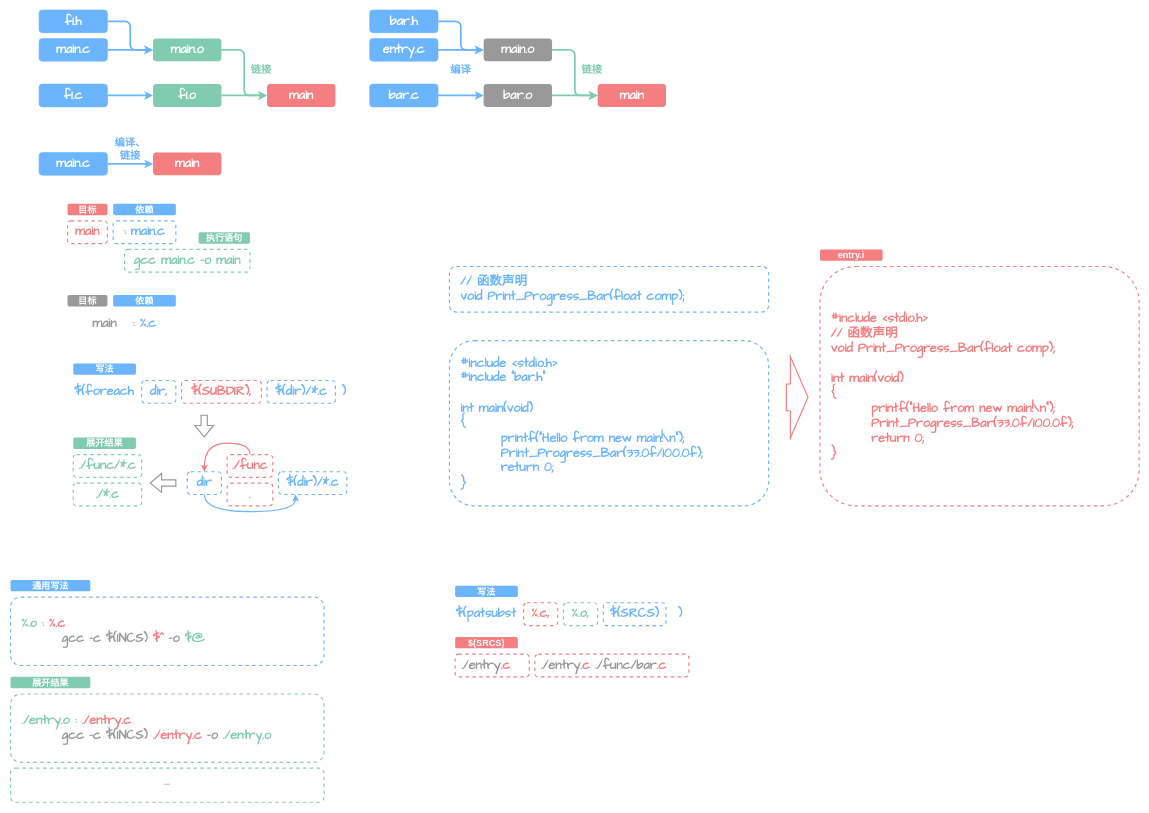
Before: C Program/drawio/Makefile.drawio in FerostMask/Jotting-Down, a draw.io diagram. Source tidied: cells renumbered, new cells numbered last; positions are measured from the earlier drawing's top-left corner, leaving out a move shared by most shapes. Both pictures are drawn from the tidied source at 57%, with x=0, y=0 at pixel (10, 10).
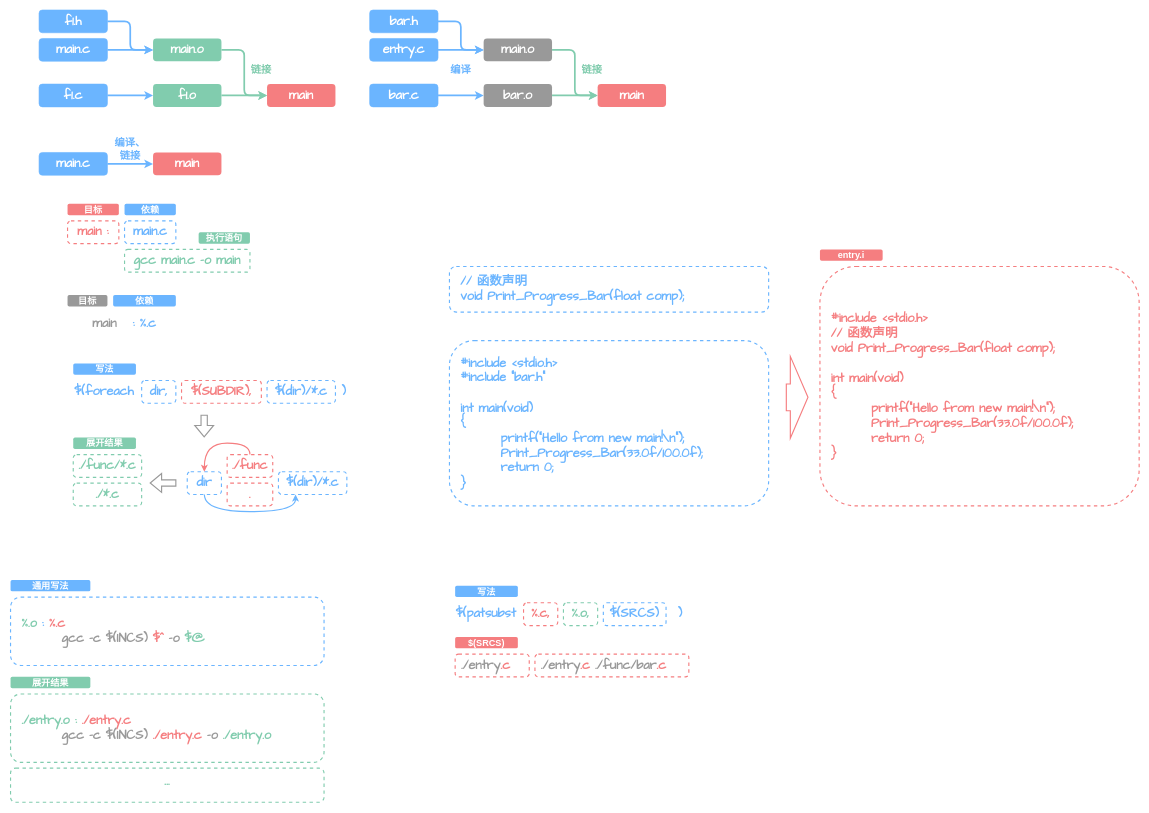
After the change.

The edit, as a diff of the source:
```diff
@@
-    <mxCell id="18" value=": main.c" style="rounded=1;whiteSpace=wrap;html=1;fillColor=none;strokeColor=#6BB5FF;fontStyle=1;fontFamily=Comic Sans MS;fontSize=22;fontColor=#6BB5FF;dashed=1;strokeWidth=2;" parent="1" vertex="1">
-      <mxGeometry x="180" y="370" width="110" height="40" as="geometry" />
+    <mxCell id="18" value="main.c" style="rounded=1;whiteSpace=wrap;html=1;fillColor=none;strokeColor=#6BB5FF;fontStyle=1;fontFamily=Comic Sans MS;fontSize=22;fontColor=#6BB5FF;dashed=1;strokeWidth=2;" parent="1" vertex="1">
+      <mxGeometry x="200" y="370" width="90" height="40" as="geometry" />
     </mxCell>
-    <mxCell id="19" value="main" style="rounded=1;whiteSpace=wrap;html=1;fillColor=none;strokeColor=#F57E80;fontStyle=1;fontFamily=Comic Sans MS;fontSize=22;fontColor=#F57E80;dashed=1;strokeWidth=2;" parent="1" vertex="1">
-      <mxGeometry x="100" y="370" width="70" height="40" as="geometry" />
+    <mxCell id="19" value="main&amp;nbsp;:" style="rounded=1;whiteSpace=wrap;html=1;fillColor=none;strokeColor=#F57E80;fontStyle=1;fontFamily=Comic Sans MS;fontSize=22;fontColor=#F57E80;dashed=1;strokeWidth=2;" parent="1" vertex="1">
+      <mxGeometry x="100" y="370" width="90" height="40" as="geometry" />
     </mxCell>
@@
     <mxCell id="21" value="目标" style="text;html=1;strokeColor=none;fillColor=#F57E80;align=center;verticalAlign=middle;whiteSpace=wrap;rounded=1;fontSize=16;fontFamily=HYYouYuan;fontColor=#FFFFFF;fontStyle=1;" parent="1" vertex="1">
-      <mxGeometry x="100" y="340" width="70" height="20" as="geometry" />
+      <mxGeometry x="100" y="340" width="90" height="20" as="geometry" />
     </mxCell>
     <mxCell id="22" value="依赖" style="text;html=1;strokeColor=none;fillColor=#6BB5FF;align=center;verticalAlign=middle;whiteSpace=wrap;rounded=1;fontSize=16;fontFamily=HYYouYuan;fontColor=#FFFFFF;fontStyle=1;" parent="1" vertex="1">
-      <mxGeometry x="180" y="340" width="110" height="20" as="geometry" />
+      <mxGeometry x="200" y="340" width="90" height="20" as="geometry" />
     </mxCell>
```
